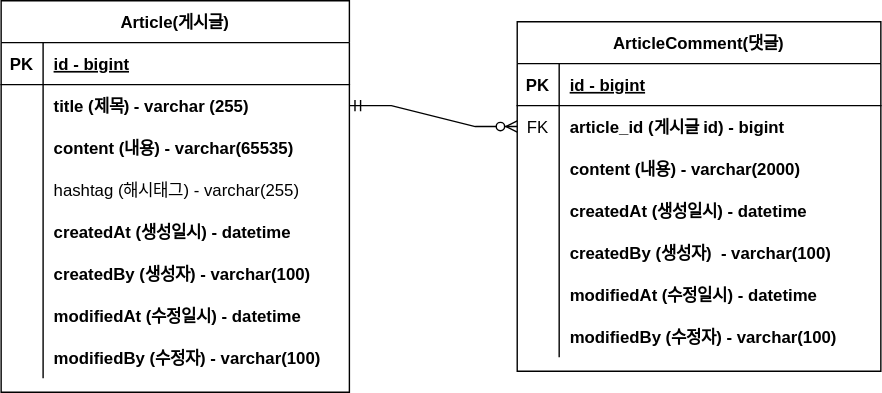
Before: Document/project-board.drawio.svg, a diagram exported from draw.io (devjaeseung/Practice-ServerSide_javaspring). Source tidied: cells renumbered, new cells last; positions are measured from the earlier drawing's top-left corner, leaving out a move shared by most shapes.
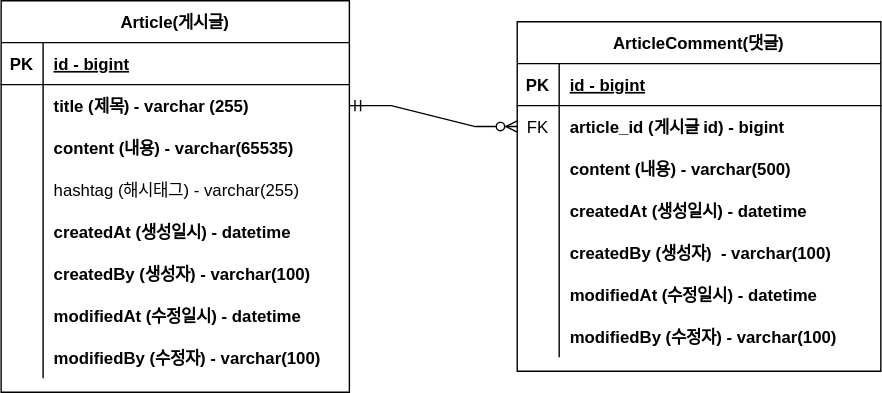
Later version of the same file.

Commit message:
project-boardDB테이블.drawio.svg 업데이트

The edit, as a diff of the source:
```diff
@@ -104,7 +104,7 @@
     <mxCell id="35" style="shape=partialRectangle;fillColor=none;top=0;left=0;bottom=0;right=0;overflow=hidden;" parent="34" vertex="1">
       <mxGeometry width="30" height="30" as="geometry" />
     </mxCell>
-    <mxCell id="36" value="content (내용) - varchar(2000)" style="shape=partialRectangle;fillColor=none;top=0;left=0;bottom=0;right=0;align=left;spacingLeft=6;overflow=hidden;fontStyle=1;" parent="34" vertex="1">
+    <mxCell id="36" value="content (내용) - varchar(500)" style="shape=partialRectangle;fillColor=none;top=0;left=0;bottom=0;right=0;align=left;spacingLeft=6;overflow=hidden;fontStyle=1;" parent="34" vertex="1">
       <mxGeometry x="30" width="230" height="30" as="geometry" />
     </mxCell>
     <mxCell id="37" style="shape=tableRow;horizontal=0;startSize=0;swimlaneHead=0;swimlaneBody=0;fillColor=none;top=0;left=0;right=0;bottom=0;" parent="27" vertex="1">
```
